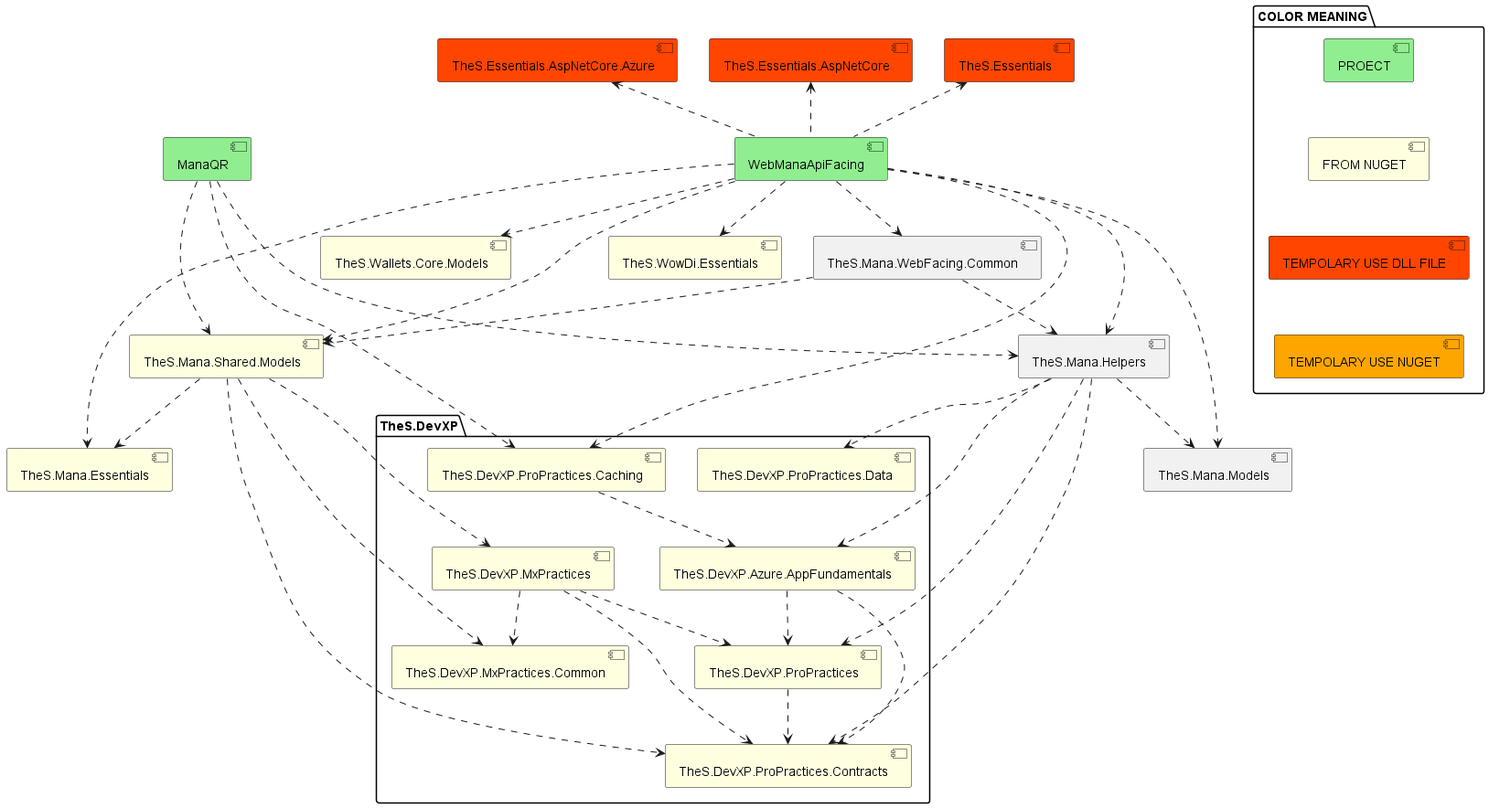
This is mana-structure/out/ManaWalletFacing/ManaWalletFacing.png from BugLordTO/cart-ideas, a PlantUML export, as it was before one commit. The source it was exported from:
```plantuml
@startuml ManaWalletFacing

package "COLOR MEANING" {
	[PROECT] #LightGreen
	[FROM NUGET] #LightYellow
	[TEMPOLARY USE DLL FILE] #OrangeRed
	[TEMPOLARY USE NUGET] #Orange

	[PROECT] -[hidden]- [FROM NUGET]
	[FROM NUGET] -[hidden]- [TEMPOLARY USE DLL FILE]
	[TEMPOLARY USE DLL FILE] -[hidden]- [TEMPOLARY USE NUGET]
}

[WebManaApiFacing] #LightGreen
[ManaQR] #LightGreen

[TheS.Essentials] #OrangeRed
[TheS.Essentials.AspNetCore] #OrangeRed
[TheS.Essentials.AspNetCore.Azure] #OrangeRed

package TheS.DevXP {
	[TheS.DevXP.Azure.AppFundamentals] #LightYellow
	[TheS.DevXP.ProPractices] #LightYellow
	[TheS.DevXP.ProPractices.Caching] #LightYellow
	[TheS.DevXP.ProPractices.Contracts] #LightYellow
	[TheS.DevXP.MxPractices] #LightYellow
	[TheS.DevXP.MxPractices.Common] #LightYellow
	[TheS.DevXP.ProPractices.Data] #LightYellow
}
[TheS.Mana.Essentials] #LightYellow
[TheS.Mana.Shared.Models] #LightYellow
[TheS.Wallets.Core.Models] #LightYellow
[TheS.WowDi.Essentials] #LightYellow




[WebManaApiFacing] .u.> [TheS.Essentials]
[WebManaApiFacing] .u.> [TheS.Essentials.AspNetCore]
[WebManaApiFacing] .u.> [TheS.Essentials.AspNetCore.Azure]

[WebManaApiFacing] ..> [TheS.DevXP.ProPractices.Caching]
[TheS.DevXP.ProPractices.Caching] ..> [TheS.DevXP.Azure.AppFundamentals]
[TheS.DevXP.Azure.AppFundamentals] ..> [TheS.DevXP.ProPractices]
[TheS.DevXP.Azure.AppFundamentals] ..> [TheS.DevXP.ProPractices.Contracts]
[TheS.DevXP.ProPractices] ..> [TheS.DevXP.ProPractices.Contracts]
[WebManaApiFacing] ..> [TheS.Mana.Essentials]
[WebManaApiFacing] ..> [TheS.Mana.Shared.Models]
[TheS.Mana.Shared.Models] ..> [TheS.DevXP.MxPractices]
[TheS.DevXP.MxPractices] ..> [TheS.DevXP.MxPractices.Common]
[TheS.DevXP.MxPractices] ..> [TheS.DevXP.ProPractices]
[TheS.DevXP.MxPractices] ..> [TheS.DevXP.ProPractices.Contracts]
[TheS.Mana.Shared.Models] ..> [TheS.DevXP.MxPractices.Common]
[TheS.Mana.Shared.Models] ..> [TheS.DevXP.ProPractices.Contracts]
[TheS.Mana.Shared.Models] ..> [TheS.Mana.Essentials]
[WebManaApiFacing] ..> [TheS.Wallets.Core.Models]
[WebManaApiFacing] ..> [TheS.WowDi.Essentials]

[WebManaApiFacing] ..> [TheS.Mana.Models]
[WebManaApiFacing] ..> [TheS.Mana.WebFacing.Common]
[TheS.Mana.WebFacing.Common] ..> [TheS.Mana.Shared.Models]
[TheS.Mana.WebFacing.Common] ..> [TheS.Mana.Helpers]
[WebManaApiFacing] ..> [TheS.Mana.Helpers]
[TheS.Mana.Helpers] ..> [TheS.DevXP.Azure.AppFundamentals]
[TheS.Mana.Helpers] ..> [TheS.DevXP.ProPractices]
[TheS.Mana.Helpers] ..> [TheS.DevXP.ProPractices.Data]
[TheS.Mana.Helpers] ..> [TheS.DevXP.ProPractices.Contracts]
[TheS.Mana.Helpers] ..> [TheS.Mana.Models]



[ManaQR] ..> [TheS.DevXP.ProPractices.Caching]
[ManaQR] ..> [TheS.Mana.Shared.Models]
[ManaQR] ...> [TheS.Mana.Helpers]

@enduml
```
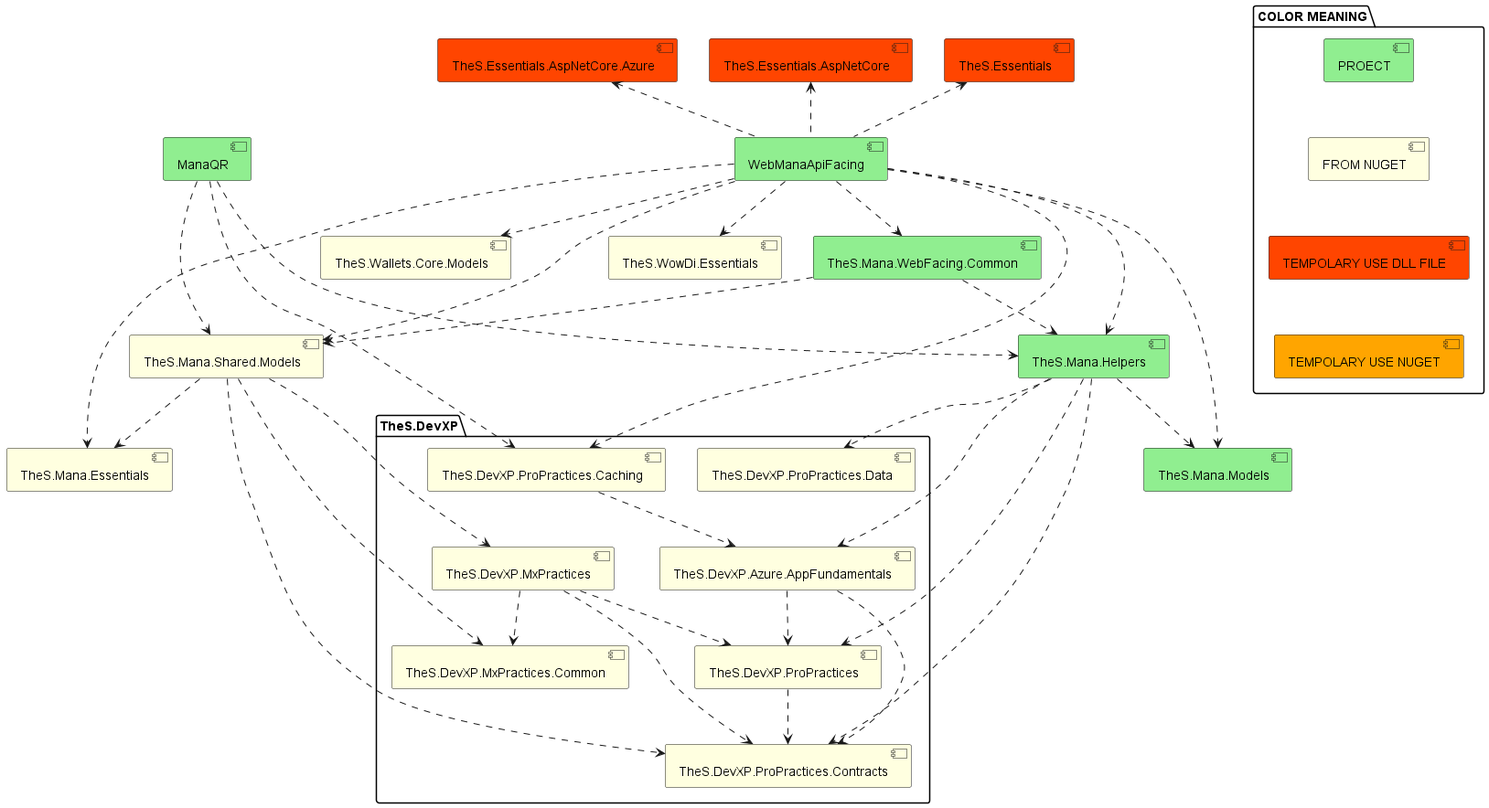
The same diagram one commit later.

What changed in the source:
```diff
@@ -31,6 +31,10 @@
 [TheS.Mana.Shared.Models] #LightYellow
 [TheS.Wallets.Core.Models] #LightYellow
 [TheS.WowDi.Essentials] #LightYellow
+
+[TheS.Mana.WebFacing.Common] #LightGreen
+[TheS.Mana.Helpers] #LightGreen
+[TheS.Mana.Models] #LightGreen
 
 
 
```
